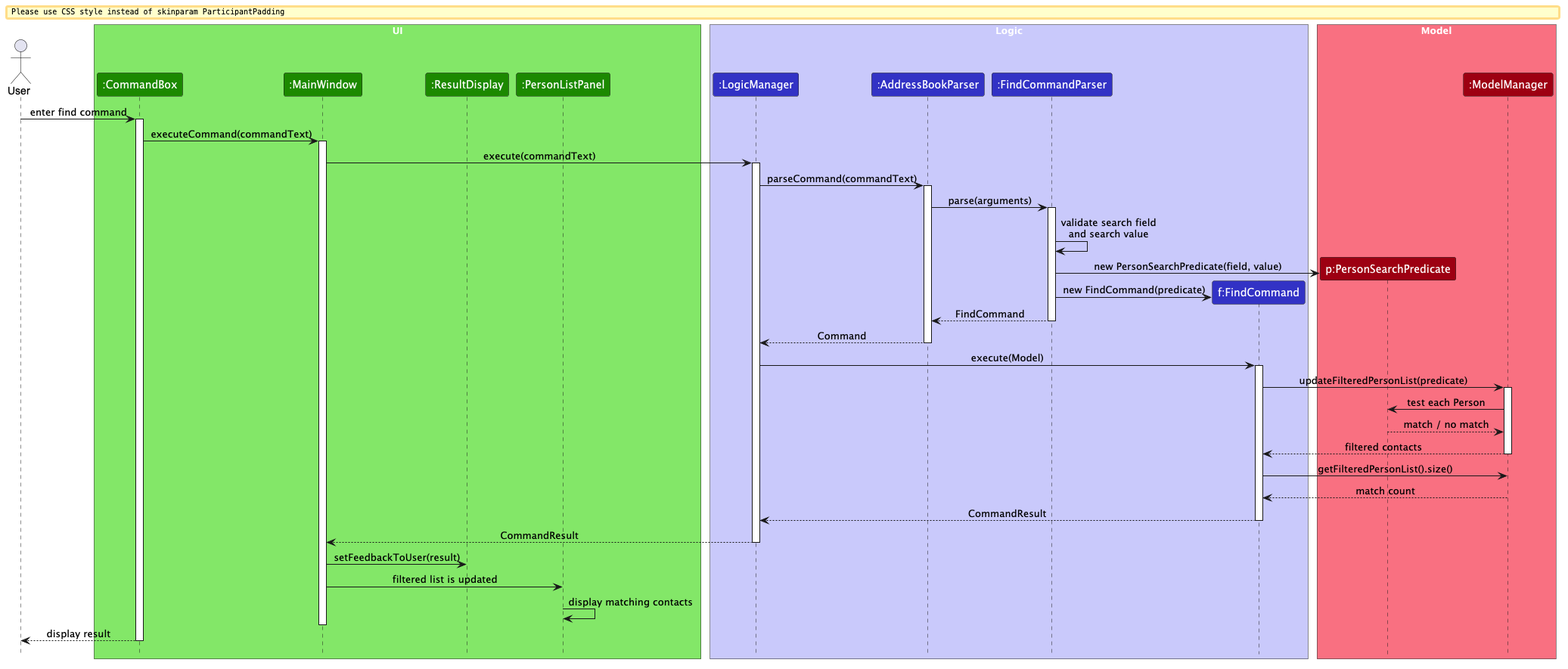
Earlier version of the PlantUML export docs/images/FindCommandSequenceDiagram.png (24JonW/tp).
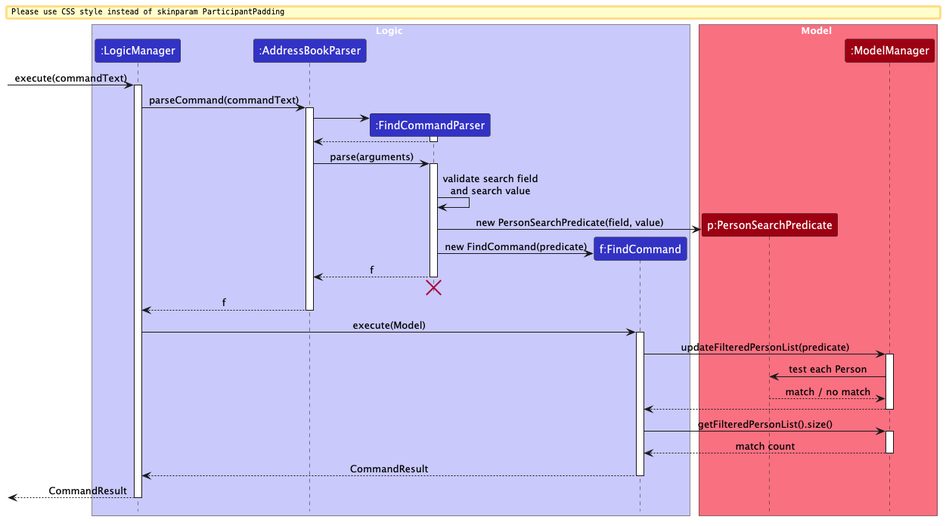
The same file after the commit.

Commit message:
Simplify find command sequence diagram

What changed in the source:
```diff
@@ -1,40 +1,31 @@
 @startuml
 !include style.puml
-
 skinparam ArrowFontStyle plain
 
-actor User
-
-box "UI" UI_COLOR_T1
-participant ":CommandBox" as CommandBox UI_COLOR
-participant ":MainWindow" as MainWindow UI_COLOR
-participant ":ResultDisplay" as ResultDisplay UI_COLOR
-participant ":PersonListPanel" as PersonListPanel UI_COLOR
-end box
-
-box "Logic" LOGIC_COLOR_T1
+box Logic LOGIC_COLOR_T1
 participant ":LogicManager" as LogicManager LOGIC_COLOR
 participant ":AddressBookParser" as AddressBookParser LOGIC_COLOR
 participant ":FindCommandParser" as FindCommandParser LOGIC_COLOR
 participant "f:FindCommand" as FindCommand LOGIC_COLOR
 end box
 
-box "Model" MODEL_COLOR_T1
+box Model MODEL_COLOR_T1
 participant "p:PersonSearchPredicate" as Predicate MODEL_COLOR
 participant ":ModelManager" as ModelManager MODEL_COLOR
 end box
 
-User -> CommandBox : enter find command
-activate CommandBox
-
-CommandBox -> MainWindow : executeCommand(commandText)
-activate MainWindow
-
-MainWindow -> LogicManager : execute(commandText)
+[-> LogicManager : execute(commandText)
 activate LogicManager
 
 LogicManager -> AddressBookParser : parseCommand(commandText)
 activate AddressBookParser
+
+create FindCommandParser
+AddressBookParser -> FindCommandParser
+activate FindCommandParser
+
+FindCommandParser --> AddressBookParser
+deactivate FindCommandParser
 
 AddressBookParser -> FindCommandParser : parse(arguments)
 activate FindCommandParser
@@ -47,10 +38,12 @@
 create FindCommand
 FindCommandParser -> FindCommand : new FindCommand(predicate)
 
-FindCommandParser --> AddressBookParser : FindCommand
+FindCommandParser --> AddressBookParser : f
 deactivate FindCommandParser
+FindCommandParser -[hidden]-> AddressBookParser
+destroy FindCommandParser
 
-AddressBookParser --> LogicManager : Command
+AddressBookParser --> LogicManager : f
 deactivate AddressBookParser
 
 LogicManager -> FindCommand : execute(Model)
@@ -62,24 +55,17 @@
 ModelManager -> Predicate : test each Person
 Predicate --> ModelManager : match / no match
 
-ModelManager --> FindCommand : filtered contacts
+ModelManager --> FindCommand
 deactivate ModelManager
 
 FindCommand -> ModelManager : getFilteredPersonList().size()
+activate ModelManager
 ModelManager --> FindCommand : match count
+deactivate ModelManager
 
 FindCommand --> LogicManager : CommandResult
 deactivate FindCommand
 
-LogicManager --> MainWindow : CommandResult
+[<-- LogicManager : CommandResult
 deactivate LogicManager
-
-MainWindow -> ResultDisplay : setFeedbackToUser(result)
-MainWindow -> PersonListPanel : filtered list is updated
-PersonListPanel -> PersonListPanel : display matching contacts
-
-deactivate MainWindow
-CommandBox --> User : display result
-deactivate CommandBox
-
 @enduml
```
